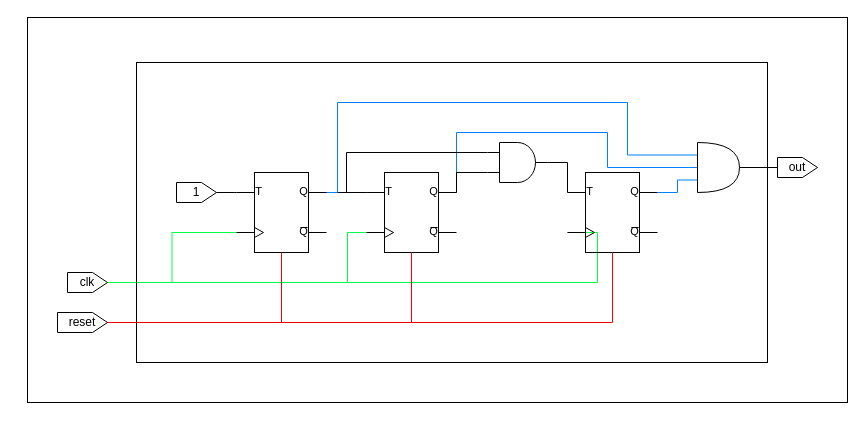
This is page "ClockDivider8" (5 of 10) of Uart.drawio from FlavioRenzi/UART_Project, a draw.io file, before an edit. Source tidied: cells renumbered, new cells numbered last; positions are measured from the earlier drawing's top-left corner, leaving out a move shared by most shapes. Both pictures are drawn from the tidied source at 100%, with x=0, y=0 at pixel (27, 17).
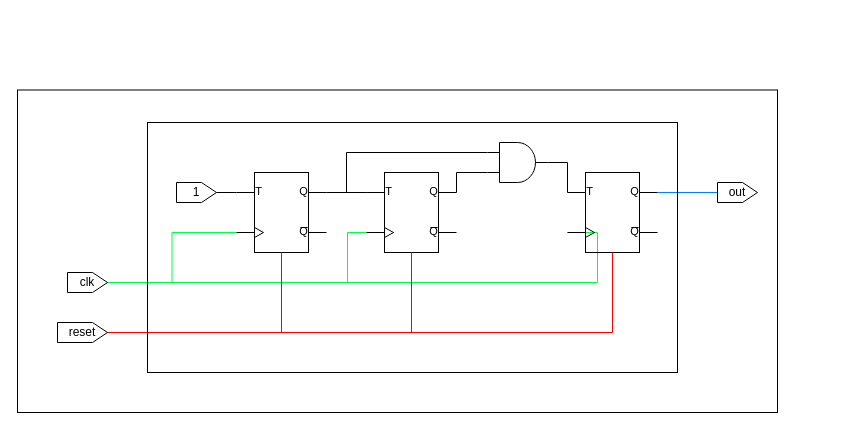
The same page after the edit.

The change refers to these unchanged cells:
```xml
<mxCell id="6" style="verticalLabelPosition=bottom;shadow=0;dashed=0;align=center;html=1;verticalAlign=top;shape=mxgraph.electrical.logic_gates.t_type_flip-flop;fillColor=none;" parent="1" vertex="1">
  <mxGeometry x="209" y="155" width="90" height="80" as="geometry" />
</mxCell>
<mxCell id="9" style="verticalLabelPosition=bottom;shadow=0;dashed=0;align=center;html=1;verticalAlign=top;shape=mxgraph.electrical.logic_gates.t_type_flip-flop;fillColor=none;" parent="1" vertex="1">
  <mxGeometry x="339" y="155" width="90" height="80" as="geometry" />
</mxCell>
<mxCell id="12" style="verticalLabelPosition=bottom;shadow=0;dashed=0;align=center;html=1;verticalAlign=top;shape=mxgraph.electrical.logic_gates.t_type_flip-flop;fillColor=none;" parent="1" vertex="1">
  <mxGeometry x="540" y="155" width="90" height="80" as="geometry" />
</mxCell>
```

Diff of the diagram source:
```diff
@@
-    <mxCell id="5" style="edgeStyle=orthogonalEdgeStyle;rounded=0;jettySize=auto;html=1;exitX=1;exitY=0.25;exitDx=0;exitDy=0;exitPerimeter=0;entryX=0;entryY=0.25;entryDx=0;entryDy=0;entryPerimeter=0;strokeColor=#007FFF;endArrow=none;endFill=0;" parent="1" edge="1" source="6" target="25">
-      <mxGeometry relative="1" as="geometry">
-        <Array as="points">
-          <mxPoint x="310" y="175" />
-          <mxPoint x="310" y="85" />
-          <mxPoint x="600" y="85" />
-          <mxPoint x="600" y="138" />
-        </Array>
-      </mxGeometry>
-    </mxCell>
@@
-    <mxCell id="8" style="edgeStyle=orthogonalEdgeStyle;rounded=0;jettySize=auto;html=1;exitX=1;exitY=0.25;exitDx=0;exitDy=0;exitPerimeter=0;entryX=0;entryY=0.5;entryDx=0;entryDy=0;entryPerimeter=0;strokeColor=#007FFF;endArrow=none;endFill=0;" parent="1" edge="1" source="9" target="25">
-      <mxGeometry relative="1" as="geometry">
-        <Array as="points">
-          <mxPoint x="429" y="115" />
-          <mxPoint x="580" y="115" />
-          <mxPoint x="580" y="150" />
-        </Array>
-      </mxGeometry>
-    </mxCell>
@@
-    <mxCell id="11" style="edgeStyle=orthogonalEdgeStyle;rounded=0;jettySize=auto;html=1;exitX=1;exitY=0.25;exitDx=0;exitDy=0;exitPerimeter=0;entryX=0;entryY=0.75;entryDx=0;entryDy=0;entryPerimeter=0;strokeColor=#007FFF;endArrow=none;endFill=0;" parent="1" edge="1" source="12" target="25">
+    <mxCell id="11" style="edgeStyle=orthogonalEdgeStyle;rounded=0;jettySize=auto;html=1;exitX=1;exitY=0.25;exitDx=0;exitDy=0;exitPerimeter=0;entryX=0.5;entryY=0;entryDx=0;entryDy=0;strokeColor=#007FFF;endArrow=none;endFill=0;" parent="1" edge="1" source="12" target="23">
       <mxGeometry relative="1" as="geometry" />
     </mxCell>
@@
     <mxCell id="22" value="reset" style="shape=offPageConnector;whiteSpace=wrap;html=1;rotation=0;size=0.3;direction=north;" parent="1" vertex="1">
-      <mxGeometry x="30" y="295" width="50" height="20" as="geometry" />
+      <mxGeometry x="30" y="305" width="50" height="20" as="geometry" />
     </mxCell>
     <mxCell id="23" value="out" style="shape=offPageConnector;whiteSpace=wrap;html=1;rotation=0;size=0.375;direction=north;" parent="1" vertex="1">
-      <mxGeometry x="750" y="140" width="40" height="20" as="geometry" />
+      <mxGeometry x="690" y="165" width="40" height="20" as="geometry" />
     </mxCell>
-    <mxCell id="24" style="edgeStyle=orthogonalEdgeStyle;rounded=0;jettySize=auto;html=1;exitX=1;exitY=0.5;exitDx=0;exitDy=0;exitPerimeter=0;entryX=0.5;entryY=0;entryDx=0;entryDy=0;endArrow=none;endFill=0;" parent="1" edge="1" source="25" target="23">
-      <mxGeometry relative="1" as="geometry" />
-    </mxCell>
-    <mxCell id="25" style="shape=or;whiteSpace=wrap;html=1;fillColor=none;" parent="1" vertex="1">
-      <mxGeometry x="670" y="125" width="42" height="50" as="geometry" />
-    </mxCell>
     <mxCell id="26" style="rounded=0;whiteSpace=wrap;html=1;fillColor=none;" parent="1" vertex="1">
-      <mxGeometry x="109" y="45" width="631" height="300" as="geometry" />
+      <mxGeometry x="120" y="105" width="530" height="250" as="geometry" />
     </mxCell>
     <mxCell id="27" style="rounded=0;whiteSpace=wrap;html=1;fillColor=none;" parent="1" vertex="1">
-      <mxGeometry width="820" height="385" as="geometry" />
+      <mxGeometry x="-10" y="72.5" width="760" height="322.5" as="geometry" />
     </mxCell>
```
